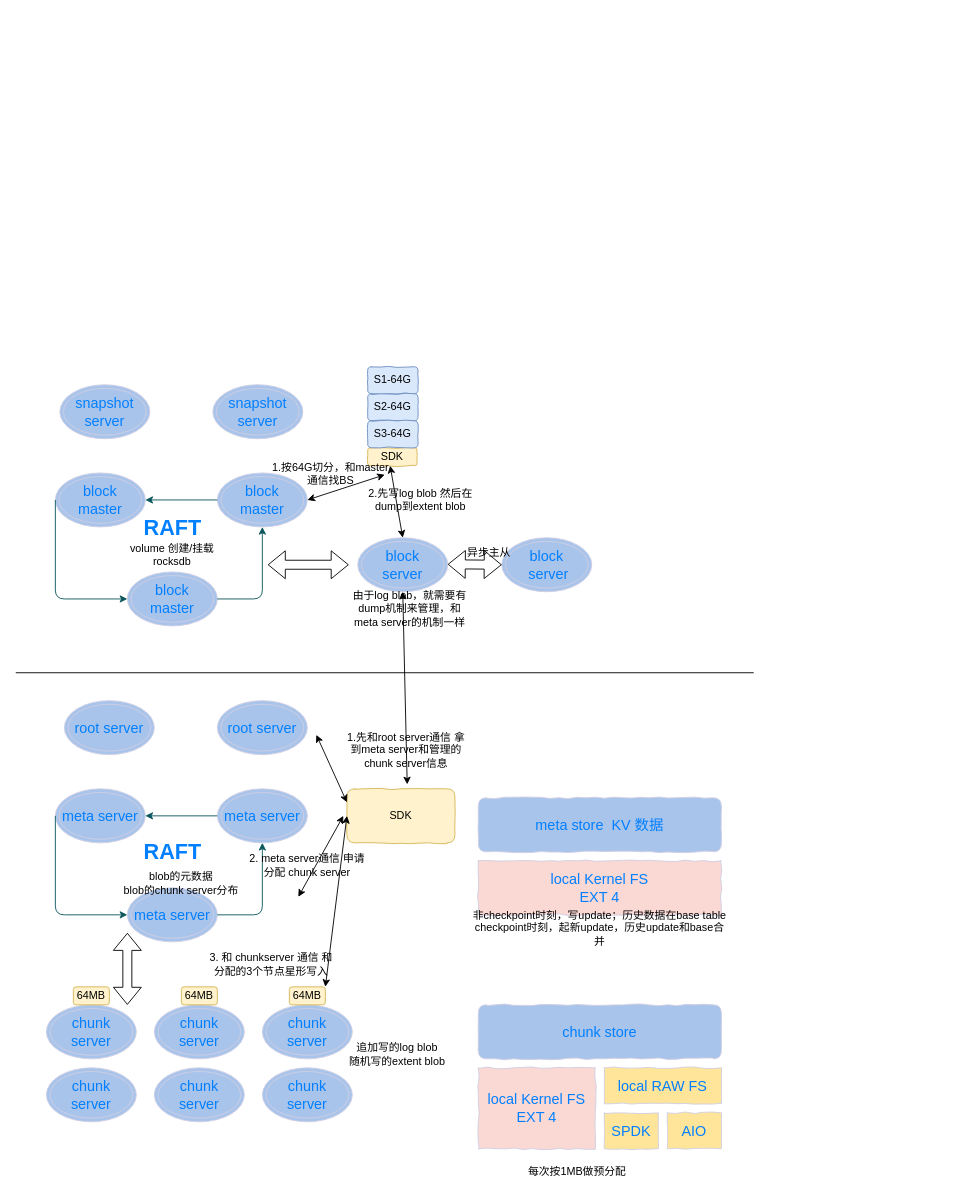
The draw.io diagram storage.drawio in koka-go/blogs, before the edit. Source tidied: cells renumbered, new cells numbered last; positions are measured from the earlier drawing's top-left corner, leaving out a move shared by most shapes. Both pictures are drawn from the tidied source at 90%, with x=0, y=0 at pixel (15, 366).
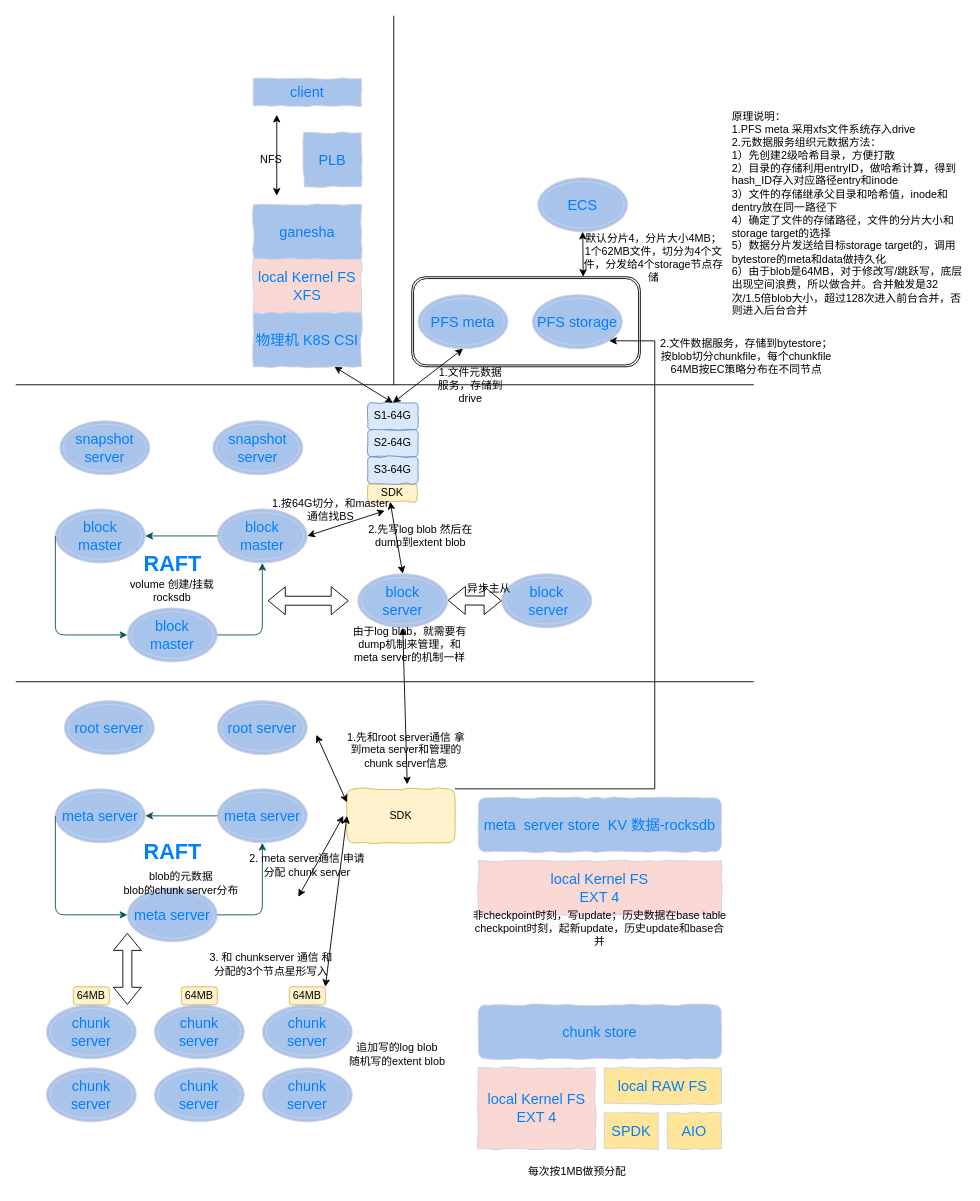
The same page after the edit.

The change refers to these unchanged cells:
```xml
<mxCell id="27" value="SDK" style="rounded=1;whiteSpace=wrap;html=1;fillColor=#fff2cc;strokeColor=#d6b656;comic=1;" parent="1" vertex="1">
  <mxGeometry x="368" y="469" width="120" height="60" as="geometry" />
</mxCell>
```

Diff of the diagram source:
```diff
@@
-    <mxCell id="36" value="meta store&amp;nbsp; KV 数据" style="rounded=1;whiteSpace=wrap;html=1;comic=1;sketch=0;fontSize=16;fontColor=#007FFF;strokeColor=#D0CEE2;fillColor=#A9C4EB;gradientColor=none;" parent="1" vertex="1">
+    <mxCell id="36" value="meta&amp;nbsp; server store&amp;nbsp; KV 数据-rocksdb" style="rounded=1;whiteSpace=wrap;html=1;comic=1;sketch=0;fontSize=16;fontColor=#007FFF;strokeColor=#D0CEE2;fillColor=#A9C4EB;gradientColor=none;" parent="1" vertex="1">
       <mxGeometry x="514" y="479" width="270" height="60" as="geometry" />
     </mxCell>
@@
     <mxCell id="38" style="endArrow=none;html=1;rounded=0;" parent="1" edge="1">
       <mxGeometry relative="1" as="geometry">
-        <mxPoint y="340" as="sourcePoint" />
-        <mxPoint x="820" y="340" as="targetPoint" />
+        <mxPoint y="350" as="sourcePoint" />
+        <mxPoint x="820" y="350" as="targetPoint" />
       </mxGeometry>
     </mxCell>
     <mxCell id="39" value="block master" style="ellipse;shape=doubleEllipse;whiteSpace=wrap;html=1;rounded=0;comic=1;sketch=0;fontSize=16;fontColor=#007FFF;strokeColor=#D0CEE2;fillColor=#A9C4EB;gradientColor=none;" parent="1" vertex="1">
-      <mxGeometry x="44" y="118" width="100" height="60" as="geometry" />
+      <mxGeometry x="44" y="158" width="100" height="60" as="geometry" />
     </mxCell>
     <mxCell id="40" value="block master" style="ellipse;shape=doubleEllipse;whiteSpace=wrap;html=1;rounded=0;comic=1;sketch=0;fontSize=16;fontColor=#007FFF;strokeColor=#D0CEE2;fillColor=#A9C4EB;gradientColor=none;" parent="1" vertex="1">
-      <mxGeometry x="124" y="228" width="100" height="60" as="geometry" />
+      <mxGeometry x="124" y="268" width="100" height="60" as="geometry" />
     </mxCell>
     <mxCell id="41" value="block master" style="ellipse;shape=doubleEllipse;whiteSpace=wrap;html=1;rounded=0;comic=1;sketch=0;fontSize=16;fontColor=#007FFF;strokeColor=#D0CEE2;fillColor=#A9C4EB;gradientColor=none;" parent="1" vertex="1">
-      <mxGeometry x="224" y="118" width="100" height="60" as="geometry" />
+      <mxGeometry x="224" y="158" width="100" height="60" as="geometry" />
     </mxCell>
     <mxCell id="42" style="edgeStyle=segmentEdgeStyle;endArrow=classic;html=1;rounded=1;sketch=0;fontSize=16;fontColor=#007FFF;strokeColor=#09555B;curved=0;entryX=0.5;entryY=1;entryDx=0;entryDy=0;" parent="1" edge="1" target="41">
       <mxGeometry relative="1" as="geometry">
-        <mxPoint x="224" y="258" as="sourcePoint" />
+        <mxPoint x="224" y="298" as="sourcePoint" />
       </mxGeometry>
     </mxCell>
@@
     <mxCell id="44" style="edgeStyle=segmentEdgeStyle;endArrow=classic;html=1;rounded=1;sketch=0;fontSize=16;fontColor=#007FFF;strokeColor=#09555B;curved=0;entryX=0;entryY=0.5;entryDx=0;entryDy=0;exitX=0;exitY=0.5;exitDx=0;exitDy=0;" parent="1" edge="1" source="39" target="40">
       <mxGeometry relative="1" as="geometry">
         <Array as="points">
-          <mxPoint x="44" y="258" />
+          <mxPoint x="44" y="298" />
         </Array>
       </mxGeometry>
     </mxCell>
     <mxCell id="45" value="RAFT" style="text;strokeColor=none;fillColor=none;html=1;fontSize=24;fontStyle=1;verticalAlign=middle;align=center;rounded=0;comic=1;sketch=0;fontColor=#007FFF;" parent="1" vertex="1">
-      <mxGeometry x="124" y="160" width="100" height="40" as="geometry" />
+      <mxGeometry x="124" y="200" width="100" height="40" as="geometry" />
     </mxCell>
     <mxCell id="46" value="volume 创建/挂载&lt;br&gt;rocksdb" style="text;html=1;strokeColor=none;fillColor=none;align=center;verticalAlign=middle;whiteSpace=wrap;rounded=0;" parent="1" vertex="1">
-      <mxGeometry x="104" y="190" width="140" height="38" as="geometry" />
+      <mxGeometry x="104" y="230" width="140" height="38" as="geometry" />
     </mxCell>
     <mxCell id="47" value="snapshot server" style="ellipse;shape=doubleEllipse;whiteSpace=wrap;html=1;rounded=0;comic=1;sketch=0;fontSize=16;fontColor=#007FFF;strokeColor=#D0CEE2;fillColor=#A9C4EB;gradientColor=none;" parent="1" vertex="1">
-      <mxGeometry x="49" y="20" width="100" height="60" as="geometry" />
+      <mxGeometry x="49" y="60" width="100" height="60" as="geometry" />
     </mxCell>
     <mxCell id="48" value="&lt;span&gt;snapshot server&lt;/span&gt;" style="ellipse;shape=doubleEllipse;whiteSpace=wrap;html=1;rounded=0;comic=1;sketch=0;fontSize=16;fontColor=#007FFF;strokeColor=#D0CEE2;fillColor=#A9C4EB;gradientColor=none;" parent="1" vertex="1">
-      <mxGeometry x="219" y="20" width="100" height="60" as="geometry" />
+      <mxGeometry x="219" y="60" width="100" height="60" as="geometry" />
     </mxCell>
     <mxCell id="49" value="&lt;span&gt;block &lt;br&gt;server&lt;/span&gt;" style="ellipse;shape=doubleEllipse;whiteSpace=wrap;html=1;rounded=0;comic=1;sketch=0;fontSize=16;fontColor=#007FFF;strokeColor=#D0CEE2;fillColor=#A9C4EB;gradientColor=none;" parent="1" vertex="1">
-      <mxGeometry x="380" y="190" width="100" height="60" as="geometry" />
+      <mxGeometry x="380" y="230" width="100" height="60" as="geometry" />
     </mxCell>
     <mxCell id="50" value="&lt;span&gt;block&lt;br&gt;&amp;nbsp;server&lt;/span&gt;" style="ellipse;shape=doubleEllipse;whiteSpace=wrap;html=1;rounded=0;comic=1;sketch=0;fontSize=16;fontColor=#007FFF;strokeColor=#D0CEE2;fillColor=#A9C4EB;gradientColor=none;" parent="1" vertex="1">
-      <mxGeometry x="540" y="190" width="100" height="60" as="geometry" />
+      <mxGeometry x="540" y="230" width="100" height="60" as="geometry" />
     </mxCell>
@@
     <mxCell id="52" value="SDK" style="rounded=1;whiteSpace=wrap;html=1;fillColor=#fff2cc;strokeColor=#d6b656;comic=1;" parent="1" vertex="1">
-      <mxGeometry x="391" y="90" width="55" height="20" as="geometry" />
+      <mxGeometry x="391" y="130" width="55" height="20" as="geometry" />
     </mxCell>
     <mxCell id="53" value="S1-64G" style="rounded=1;whiteSpace=wrap;html=1;comic=1;fillColor=#dae8fc;strokeColor=#6c8ebf;" parent="1" vertex="1">
-      <mxGeometry x="391" width="56" height="30" as="geometry" />
+      <mxGeometry x="391" y="40" width="56" height="30" as="geometry" />
     </mxCell>
     <mxCell id="54" value="S2-64G" style="rounded=1;whiteSpace=wrap;html=1;comic=1;fillColor=#dae8fc;strokeColor=#6c8ebf;" parent="1" vertex="1">
-      <mxGeometry x="391" y="30" width="56" height="30" as="geometry" />
+      <mxGeometry x="391" y="70" width="56" height="30" as="geometry" />
     </mxCell>
     <mxCell id="55" value="S3-64G" style="rounded=1;whiteSpace=wrap;html=1;comic=1;fillColor=#dae8fc;strokeColor=#6c8ebf;" parent="1" vertex="1">
-      <mxGeometry x="391" y="60" width="56" height="30" as="geometry" />
+      <mxGeometry x="391" y="100" width="56" height="30" as="geometry" />
     </mxCell>
@@
     <mxCell id="57" style="shape=flexArrow;endArrow=classic;startArrow=classic;html=1;rounded=0;" parent="1" edge="1">
       <mxGeometry relative="1" as="geometry">
-        <mxPoint x="370" y="220" as="sourcePoint" />
-        <mxPoint x="280" y="220" as="targetPoint" />
+        <mxPoint x="370" y="260" as="sourcePoint" />
+        <mxPoint x="280" y="260" as="targetPoint" />
       </mxGeometry>
     </mxCell>
     <mxCell id="58" style="endArrow=classic;startArrow=classic;html=1;rounded=0;entryX=0.5;entryY=0;entryDx=0;entryDy=0;" parent="1" edge="1" target="49">
       <mxGeometry relative="1" as="geometry">
-        <mxPoint x="416" y="110" as="sourcePoint" />
+        <mxPoint x="416" y="150" as="sourcePoint" />
       </mxGeometry>
     </mxCell>
     <mxCell id="59" style="shape=flexArrow;endArrow=classic;startArrow=classic;html=1;rounded=0;" parent="1" edge="1">
       <mxGeometry relative="1" as="geometry">
-        <mxPoint x="540" y="220" as="sourcePoint" />
-        <mxPoint x="480" y="219.5" as="targetPoint" />
+        <mxPoint x="540" y="260" as="sourcePoint" />
+        <mxPoint x="480" y="259.5" as="targetPoint" />
       </mxGeometry>
     </mxCell>
     <mxCell id="60" value="2.先写log blob 然后在dump到extent blob" style="text;html=1;strokeColor=none;fillColor=none;align=center;verticalAlign=middle;whiteSpace=wrap;rounded=0;" parent="1" vertex="1">
-      <mxGeometry x="380" y="129" width="140" height="38" as="geometry" />
+      <mxGeometry x="380" y="169" width="140" height="38" as="geometry" />
     </mxCell>
     <mxCell id="61" value="异步主从" style="text;html=1;strokeColor=none;fillColor=none;align=center;verticalAlign=middle;whiteSpace=wrap;rounded=0;" parent="1" vertex="1">
-      <mxGeometry x="456" y="188" width="140" height="38" as="geometry" />
+      <mxGeometry x="456" y="228" width="140" height="38" as="geometry" />
     </mxCell>
     <mxCell id="62" value="由于log blob，就需要有dump机制来管理，和meta server的机制一样" style="text;html=1;strokeColor=none;fillColor=none;align=center;verticalAlign=middle;whiteSpace=wrap;rounded=0;" parent="1" vertex="1">
-      <mxGeometry x="368" y="250" width="140" height="38" as="geometry" />
+      <mxGeometry x="368" y="290" width="140" height="38" as="geometry" />
     </mxCell>
     <mxCell id="63" style="endArrow=classic;startArrow=classic;html=1;rounded=0;entryX=1;entryY=0.5;entryDx=0;entryDy=0;" parent="1" edge="1" target="41">
       <mxGeometry relative="1" as="geometry">
-        <mxPoint x="410" y="120" as="sourcePoint" />
+        <mxPoint x="410" y="160" as="sourcePoint" />
       </mxGeometry>
     </mxCell>
     <mxCell id="64" value="1.按64G切分，和master通信找BS" style="text;html=1;strokeColor=none;fillColor=none;align=center;verticalAlign=middle;whiteSpace=wrap;rounded=0;" parent="1" vertex="1">
-      <mxGeometry x="280" y="100" width="140" height="38" as="geometry" />
+      <mxGeometry x="280" y="140" width="140" height="38" as="geometry" />
     </mxCell>
+    <mxCell id="65" style="endArrow=none;html=1;rounded=0;" parent="1" edge="1">
+      <mxGeometry relative="1" as="geometry">
+        <mxPoint y="20" as="sourcePoint" />
+        <mxPoint x="820" y="20" as="targetPoint" />
+      </mxGeometry>
+    </mxCell>
+    <mxCell id="66" style="endArrow=none;html=1;rounded=0;" parent="1" edge="1">
+      <mxGeometry relative="1" as="geometry">
+        <mxPoint x="420" y="20" as="sourcePoint" />
+        <mxPoint x="420" y="-390" as="targetPoint" />
+      </mxGeometry>
+    </mxCell>
+    <mxCell id="67" value="PFS meta" style="ellipse;shape=doubleEllipse;whiteSpace=wrap;html=1;rounded=0;comic=1;sketch=0;fontSize=16;fontColor=#007FFF;strokeColor=#D0CEE2;fillColor=#A9C4EB;gradientColor=none;" parent="1" vertex="1">
+      <mxGeometry x="447" y="-80" width="100" height="60" as="geometry" />
+    </mxCell>
+    <mxCell id="68" value="PFS storage" style="ellipse;shape=doubleEllipse;whiteSpace=wrap;html=1;rounded=0;comic=1;sketch=0;fontSize=16;fontColor=#007FFF;strokeColor=#D0CEE2;fillColor=#A9C4EB;gradientColor=none;" parent="1" vertex="1">
+      <mxGeometry x="574" y="-80" width="100" height="60" as="geometry" />
+    </mxCell>
+    <mxCell id="69" style="endArrow=classic;startArrow=classic;html=1;rounded=0;exitX=0.5;exitY=0;exitDx=0;exitDy=0;entryX=0.5;entryY=1;entryDx=0;entryDy=0;" parent="1" edge="1" source="53" target="67">
+      <mxGeometry relative="1" as="geometry" />
+    </mxCell>
+    <mxCell id="70" style="edgeStyle=elbowEdgeStyle;elbow=horizontal;endArrow=classic;html=1;rounded=0;exitX=1;exitY=0;exitDx=0;exitDy=0;entryX=1;entryY=1;entryDx=0;entryDy=0;" parent="1" edge="1" source="27" target="68">
+      <mxGeometry relative="1" as="geometry">
+        <Array as="points">
+          <mxPoint x="710" y="-140" />
+          <mxPoint x="740" y="200" />
+          <mxPoint x="700" y="330" />
+        </Array>
+      </mxGeometry>
+    </mxCell>
+    <mxCell id="71" style="shape=ext;double=1;rounded=1;whiteSpace=wrap;html=1;fillColor=none;" parent="1" vertex="1">
+      <mxGeometry x="440" y="-100" width="254" height="100" as="geometry" />
+    </mxCell>
+    <mxCell id="72" value="ECS" style="ellipse;shape=doubleEllipse;whiteSpace=wrap;html=1;rounded=0;comic=1;sketch=0;fontSize=16;fontColor=#007FFF;strokeColor=#D0CEE2;fillColor=#A9C4EB;gradientColor=none;" parent="1" vertex="1">
+      <mxGeometry x="580" y="-210" width="100" height="60" as="geometry" />
+    </mxCell>
+    <mxCell id="73" style="endArrow=classic;startArrow=classic;html=1;rounded=0;entryX=0.5;entryY=1;entryDx=0;entryDy=0;exitX=0.75;exitY=0;exitDx=0;exitDy=0;" parent="1" edge="1" source="71" target="72">
+      <mxGeometry relative="1" as="geometry" />
+    </mxCell>
+    <mxCell id="74" value="1.文件元数据服务，存储到drive" style="text;html=1;strokeColor=none;fillColor=none;align=center;verticalAlign=middle;whiteSpace=wrap;rounded=0;" parent="1" vertex="1">
+      <mxGeometry x="464" y="2" width="83" height="38" as="geometry" />
+    </mxCell>
+    <mxCell id="75" value="2.文件数据服务，存储到bytestore；按blob切分chunkfile，每个chunkfile 64MB按EC策略分布在不同节点" style="text;html=1;strokeColor=none;fillColor=none;align=center;verticalAlign=middle;whiteSpace=wrap;rounded=0;" parent="1" vertex="1">
+      <mxGeometry x="714" y="-30" width="196" height="38" as="geometry" />
+    </mxCell>
+    <mxCell id="76" value="默认分片4，分片大小4MB；1个62MB文件，切分为4个文件，分发给4个storage节点存储" style="text;html=1;strokeColor=none;fillColor=none;align=center;verticalAlign=middle;whiteSpace=wrap;rounded=0;" parent="1" vertex="1">
+      <mxGeometry x="630" y="-140" width="157.5" height="38" as="geometry" />
+    </mxCell>
+    <mxCell id="77" value="原理说明：&lt;br&gt;1.PFS meta 采用xfs文件系统存入drive&lt;br&gt;2.元数据服务组织元数据方法：&lt;br&gt;1）先创建2级哈希目录，方便打散&lt;br&gt;&lt;div&gt;&lt;span&gt;2）目录的存储利用entryID，做哈希计算，得到hash_ID存入对应路径entry和inode&lt;/span&gt;&lt;/div&gt;&lt;div&gt;3）文件的存储继承父目录和哈希值，inode和dentry放在同一路径下&lt;/div&gt;&lt;div&gt;4）确定了文件的存储路径，文件的分片大小和storage target的选择&lt;/div&gt;&lt;div&gt;5）数据分片发送给目标storage target的，调用bytestore的meta和data做持久化&lt;/div&gt;&lt;div&gt;6）由于blob是64MB，对于修改写/跳跃写，底层出现空间浪费，所以做合并。合并触发是32次/1.5倍blob大小，超过128次进入前台合并，否则进入后台合并&lt;/div&gt;" style="text;html=1;strokeColor=none;fillColor=none;align=left;verticalAlign=middle;whiteSpace=wrap;rounded=0;" parent="1" vertex="1">
+      <mxGeometry x="794" y="-230" width="260" height="120" as="geometry" />
+    </mxCell>
+    <mxCell id="78" style="endArrow=classic;startArrow=classic;html=1;rounded=0;exitX=0.5;exitY=0;exitDx=0;exitDy=0;entryX=0.75;entryY=1;entryDx=0;entryDy=0;" parent="1" edge="1" source="53" target="81">
+      <mxGeometry relative="1" as="geometry" />
+    </mxCell>
+    <mxCell id="79" value="&lt;font style=&quot;font-size: 16px&quot; color=&quot;#007fff&quot;&gt;local Kernel FS&lt;br&gt;XFS&lt;br&gt;&lt;/font&gt;" style="rounded=0;whiteSpace=wrap;html=1;sketch=0;fontColor=#1A1A1A;strokeColor=#D0CEE2;fillColor=#FAD9D5;comic=1;" parent="1" vertex="1">
+      <mxGeometry x="264" y="-120" width="120" height="60" as="geometry" />
+    </mxCell>
+    <mxCell id="80" value="&lt;font style=&quot;font-size: 16px&quot; color=&quot;#007fff&quot;&gt;ganesha&lt;br&gt;&lt;/font&gt;" style="rounded=0;whiteSpace=wrap;html=1;sketch=0;fontColor=#1A1A1A;strokeColor=#D0CEE2;fillColor=#A9C4EB;comic=1;" parent="1" vertex="1">
+      <mxGeometry x="264" y="-180" width="120" height="60" as="geometry" />
+    </mxCell>
+    <mxCell id="81" value="&lt;font style=&quot;font-size: 16px&quot; color=&quot;#007fff&quot;&gt;物理机 K8S CSI&lt;br&gt;&lt;/font&gt;" style="rounded=0;whiteSpace=wrap;html=1;sketch=0;fontColor=#1A1A1A;strokeColor=#D0CEE2;fillColor=#A9C4EB;comic=1;" parent="1" vertex="1">
+      <mxGeometry x="264" y="-60" width="120" height="60" as="geometry" />
+    </mxCell>
+    <mxCell id="82" value="&lt;font style=&quot;font-size: 16px&quot; color=&quot;#007fff&quot;&gt;PLB&lt;br&gt;&lt;/font&gt;" style="rounded=0;whiteSpace=wrap;html=1;sketch=0;fontColor=#1A1A1A;strokeColor=#D0CEE2;fillColor=#A9C4EB;comic=1;" parent="1" vertex="1">
+      <mxGeometry x="320" y="-260" width="64" height="60" as="geometry" />
+    </mxCell>
+    <mxCell id="83" value="&lt;font style=&quot;font-size: 16px&quot; color=&quot;#007fff&quot;&gt;client&lt;br&gt;&lt;/font&gt;" style="rounded=0;whiteSpace=wrap;html=1;sketch=0;fontColor=#1A1A1A;strokeColor=#D0CEE2;fillColor=#A9C4EB;comic=1;" parent="1" vertex="1">
+      <mxGeometry x="264" y="-320" width="120" height="30" as="geometry" />
+    </mxCell>
+    <mxCell id="84" style="endArrow=classic;startArrow=classic;html=1;rounded=0;" parent="1" edge="1">
+      <mxGeometry relative="1" as="geometry">
+        <mxPoint x="290" y="-190" as="sourcePoint" />
+        <mxPoint x="290" y="-280" as="targetPoint" />
+      </mxGeometry>
+    </mxCell>
+    <mxCell id="85" value="NFS" style="text;html=1;strokeColor=none;fillColor=none;align=center;verticalAlign=middle;whiteSpace=wrap;rounded=0;" parent="1" vertex="1">
+      <mxGeometry x="254" y="-245" width="60" height="30" as="geometry" />
+    </mxCell>
```
